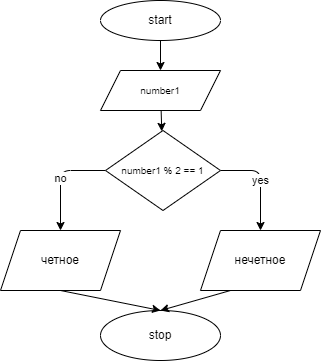
Above: new01/example.drawio.png in Zemburych/HOMEwork02 (draw.io), before the change. Source tidied: cells renumbered, new cells last; positions are measured from the earlier drawing's top-left corner, leaving out a move shared by most shapes. The source it was exported from:
```xml
<mxGraphModel>
  <root>
    <mxCell id="0" />
    <mxCell id="1" parent="0" />
    <mxCell id="2" style="edgeStyle=none;html=1;" parent="1" edge="1" target="5">
      <mxGeometry relative="1" as="geometry">
        <mxPoint x="160" y="40" as="sourcePoint" />
      </mxGeometry>
    </mxCell>
    <mxCell id="3" value="start" style="ellipse;whiteSpace=wrap;html=1;" parent="1" vertex="1">
      <mxGeometry x="100" width="120" height="40" as="geometry" />
    </mxCell>
    <mxCell id="4" style="edgeStyle=none;html=1;" parent="1" edge="1" source="5" target="8">
      <mxGeometry relative="1" as="geometry" />
    </mxCell>
    <mxCell id="5" value="&lt;font style=&quot;font-size: 10px&quot;&gt;number1&lt;br&gt;&lt;/font&gt;" style="shape=parallelogram;perimeter=parallelogramPerimeter;whiteSpace=wrap;html=1;fixedSize=1;" parent="1" vertex="1">
      <mxGeometry x="100" y="70" width="120" height="40" as="geometry" />
    </mxCell>
    <mxCell id="6" value="yes" style="edgeStyle=none;html=1;entryX=0.5;entryY=0;entryDx=0;entryDy=0;" parent="1" edge="1" source="8" target="13">
      <mxGeometry relative="1" as="geometry">
        <Array as="points">
          <mxPoint x="260" y="170" />
        </Array>
      </mxGeometry>
    </mxCell>
    <mxCell id="7" value="no" style="edgeStyle=none;html=1;exitX=0;exitY=0.5;exitDx=0;exitDy=0;entryX=0.5;entryY=0;entryDx=0;entryDy=0;" parent="1" edge="1" source="8" target="11">
      <mxGeometry relative="1" as="geometry">
        <Array as="points">
          <mxPoint x="60" y="170" />
        </Array>
      </mxGeometry>
    </mxCell>
    <mxCell id="8" value="&lt;span style=&quot;font-size: 10px&quot;&gt;number1 % 2 == 1&lt;/span&gt;" style="rhombus;whiteSpace=wrap;html=1;" parent="1" vertex="1">
      <mxGeometry x="105" y="130" width="115" height="80" as="geometry" />
    </mxCell>
    <mxCell id="9" value="stop" style="ellipse;whiteSpace=wrap;html=1;" parent="1" vertex="1">
      <mxGeometry x="100" y="310" width="120" height="50" as="geometry" />
    </mxCell>
    <mxCell id="10" style="edgeStyle=none;html=1;exitX=0.5;exitY=1;exitDx=0;exitDy=0;entryX=0.5;entryY=0;entryDx=0;entryDy=0;" parent="1" edge="1" source="11" target="9">
      <mxGeometry relative="1" as="geometry" />
    </mxCell>
    <mxCell id="11" value="четное" style="shape=parallelogram;perimeter=parallelogramPerimeter;whiteSpace=wrap;html=1;fixedSize=1;" parent="1" vertex="1">
      <mxGeometry y="230" width="120" height="60" as="geometry" />
    </mxCell>
    <mxCell id="12" style="edgeStyle=none;html=1;exitX=0.25;exitY=1;exitDx=0;exitDy=0;entryX=0.5;entryY=0;entryDx=0;entryDy=0;" parent="1" edge="1" source="13" target="9">
      <mxGeometry relative="1" as="geometry" />
    </mxCell>
    <mxCell id="13" value="нечетное" style="shape=parallelogram;perimeter=parallelogramPerimeter;whiteSpace=wrap;html=1;fixedSize=1;" parent="1" vertex="1">
      <mxGeometry x="200" y="230" width="120" height="60" as="geometry" />
    </mxCell>
  </root>
</mxGraphModel>
```
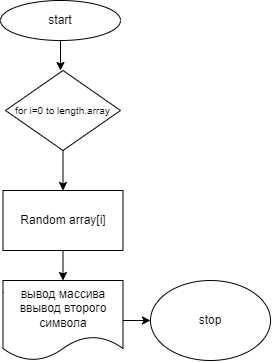
Above is the later version.

Commit message:
добавил блок схему

Diff of the diagram source:
```diff
@@ -2,51 +2,35 @@
   <root>
     <mxCell id="0" />
     <mxCell id="1" parent="0" />
-    <mxCell id="2" style="edgeStyle=none;html=1;" parent="1" edge="1" target="5">
+    <mxCell id="2" style="edgeStyle=none;html=1;" parent="1" edge="1">
       <mxGeometry relative="1" as="geometry">
         <mxPoint x="160" y="40" as="sourcePoint" />
+        <mxPoint x="160" y="70" as="targetPoint" />
       </mxGeometry>
     </mxCell>
     <mxCell id="3" value="start" style="ellipse;whiteSpace=wrap;html=1;" parent="1" vertex="1">
       <mxGeometry x="100" width="120" height="40" as="geometry" />
     </mxCell>
-    <mxCell id="4" style="edgeStyle=none;html=1;" parent="1" edge="1" source="5" target="8">
-      <mxGeometry relative="1" as="geometry" />
-    </mxCell>
-    <mxCell id="5" value="&lt;font style=&quot;font-size: 10px&quot;&gt;number1&lt;br&gt;&lt;/font&gt;" style="shape=parallelogram;perimeter=parallelogramPerimeter;whiteSpace=wrap;html=1;fixedSize=1;" parent="1" vertex="1">
-      <mxGeometry x="100" y="70" width="120" height="40" as="geometry" />
-    </mxCell>
-    <mxCell id="6" value="yes" style="edgeStyle=none;html=1;entryX=0.5;entryY=0;entryDx=0;entryDy=0;" parent="1" edge="1" source="8" target="13">
-      <mxGeometry relative="1" as="geometry">
-        <Array as="points">
-          <mxPoint x="260" y="170" />
-        </Array>
-      </mxGeometry>
-    </mxCell>
-    <mxCell id="7" value="no" style="edgeStyle=none;html=1;exitX=0;exitY=0.5;exitDx=0;exitDy=0;entryX=0.5;entryY=0;entryDx=0;entryDy=0;" parent="1" edge="1" source="8" target="11">
-      <mxGeometry relative="1" as="geometry">
-        <Array as="points">
-          <mxPoint x="60" y="170" />
-        </Array>
-      </mxGeometry>
-    </mxCell>
+    <mxCell id="14" style="edgeStyle=none;html=1;exitX=0.5;exitY=1;exitDx=0;exitDy=0;entryX=0.5;entryY=0;entryDx=0;entryDy=0;" parent="1" edge="1" source="8" target="12">
+      <mxGeometry relative="1" as="geometry" />
+    </mxCell>
-    <mxCell id="8" value="&lt;span style=&quot;font-size: 10px&quot;&gt;number1 % 2 == 1&lt;/span&gt;" style="rhombus;whiteSpace=wrap;html=1;" parent="1" vertex="1">
-      <mxGeometry x="105" y="130" width="115" height="80" as="geometry" />
+    <mxCell id="8" value="&lt;span style=&quot;font-size: 10px&quot;&gt;for i=0 to length.array&lt;/span&gt;" style="rhombus;whiteSpace=wrap;html=1;" parent="1" vertex="1">
+      <mxGeometry x="105" y="70" width="115" height="80" as="geometry" />
     </mxCell>
+    <mxCell id="15" style="edgeStyle=none;html=1;exitX=0.5;exitY=1;exitDx=0;exitDy=0;entryX=0.5;entryY=0;entryDx=0;entryDy=0;" parent="1" edge="1" source="12" target="17">
+      <mxGeometry relative="1" as="geometry" />
+    </mxCell>
+    <mxCell id="12" value="Random array[i]" style="rounded=0;whiteSpace=wrap;html=1;" parent="1" vertex="1">
+      <mxGeometry x="102.5" y="190" width="120" height="60" as="geometry" />
+    </mxCell>
+    <mxCell id="16" style="edgeStyle=none;html=1;exitX=1;exitY=0.5;exitDx=0;exitDy=0;entryX=0;entryY=0.5;entryDx=0;entryDy=0;" parent="1" edge="1" source="17" target="9">
+      <mxGeometry relative="1" as="geometry" />
+    </mxCell>
+    <mxCell id="17" value="вывод массива&lt;br&gt;ввывод второго символа" style="shape=document;whiteSpace=wrap;html=1;boundedLbl=1;" parent="1" vertex="1">
+      <mxGeometry x="102.5" y="280" width="120" height="80" as="geometry" />
+    </mxCell>
     <mxCell id="9" value="stop" style="ellipse;whiteSpace=wrap;html=1;" parent="1" vertex="1">
-      <mxGeometry x="100" y="310" width="120" height="50" as="geometry" />
+      <mxGeometry x="250" y="280" width="120" height="80" as="geometry" />
     </mxCell>
-    <mxCell id="10" style="edgeStyle=none;html=1;exitX=0.5;exitY=1;exitDx=0;exitDy=0;entryX=0.5;entryY=0;entryDx=0;entryDy=0;" parent="1" edge="1" source="11" target="9">
-      <mxGeometry relative="1" as="geometry" />
-    </mxCell>
-    <mxCell id="11" value="четное" style="shape=parallelogram;perimeter=parallelogramPerimeter;whiteSpace=wrap;html=1;fixedSize=1;" parent="1" vertex="1">
-      <mxGeometry y="230" width="120" height="60" as="geometry" />
-    </mxCell>
-    <mxCell id="12" style="edgeStyle=none;html=1;exitX=0.25;exitY=1;exitDx=0;exitDy=0;entryX=0.5;entryY=0;entryDx=0;entryDy=0;" parent="1" edge="1" source="13" target="9">
-      <mxGeometry relative="1" as="geometry" />
-    </mxCell>
-    <mxCell id="13" value="нечетное" style="shape=parallelogram;perimeter=parallelogramPerimeter;whiteSpace=wrap;html=1;fixedSize=1;" parent="1" vertex="1">
-      <mxGeometry x="200" y="230" width="120" height="60" as="geometry" />
-    </mxCell>
   </root>
 </mxGraphModel>
```
